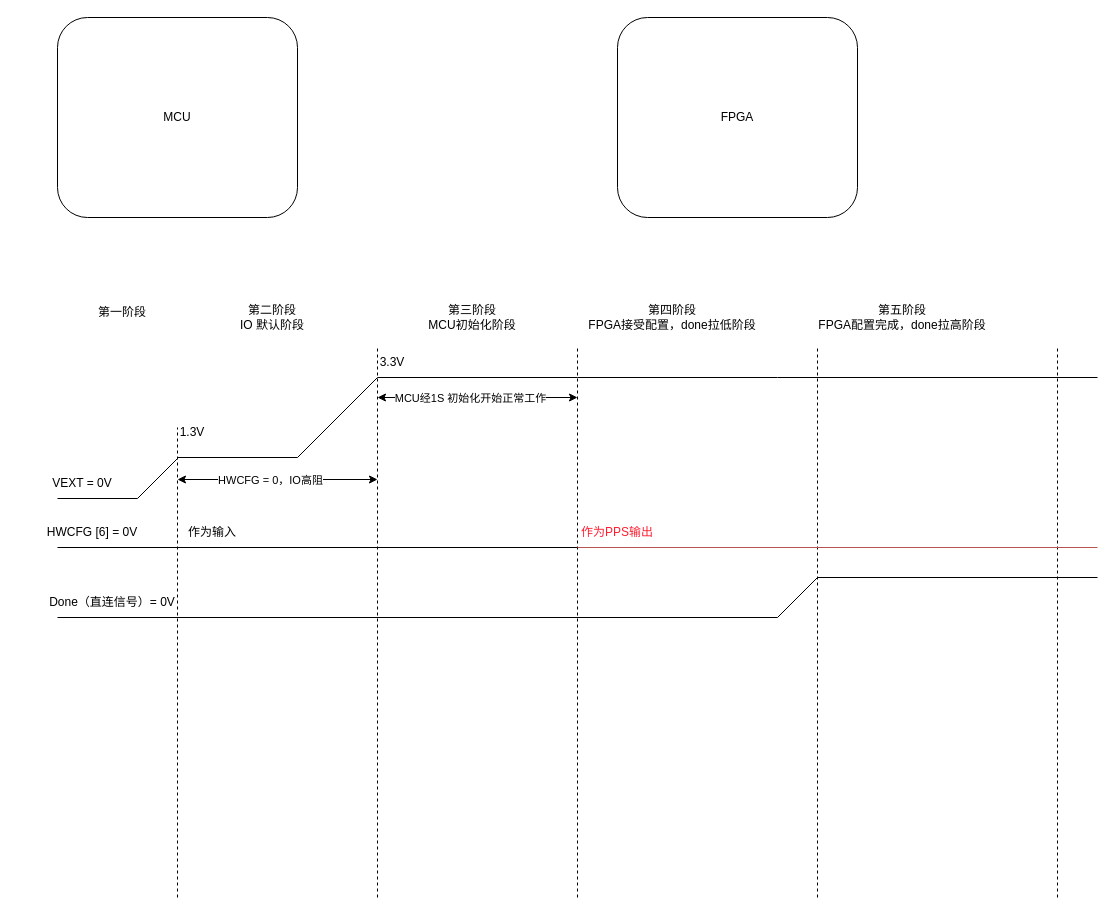
Above: A11-IO系统测试.drawio in shenwangchong/learngit (draw.io), before the change. Source tidied: cells renumbered, new cells numbered last; positions are measured from the earlier drawing's top-left corner, leaving out a move shared by most shapes. Both pictures are drawn from the tidied source at 100%, with x=0, y=0 at pixel (37, 17).
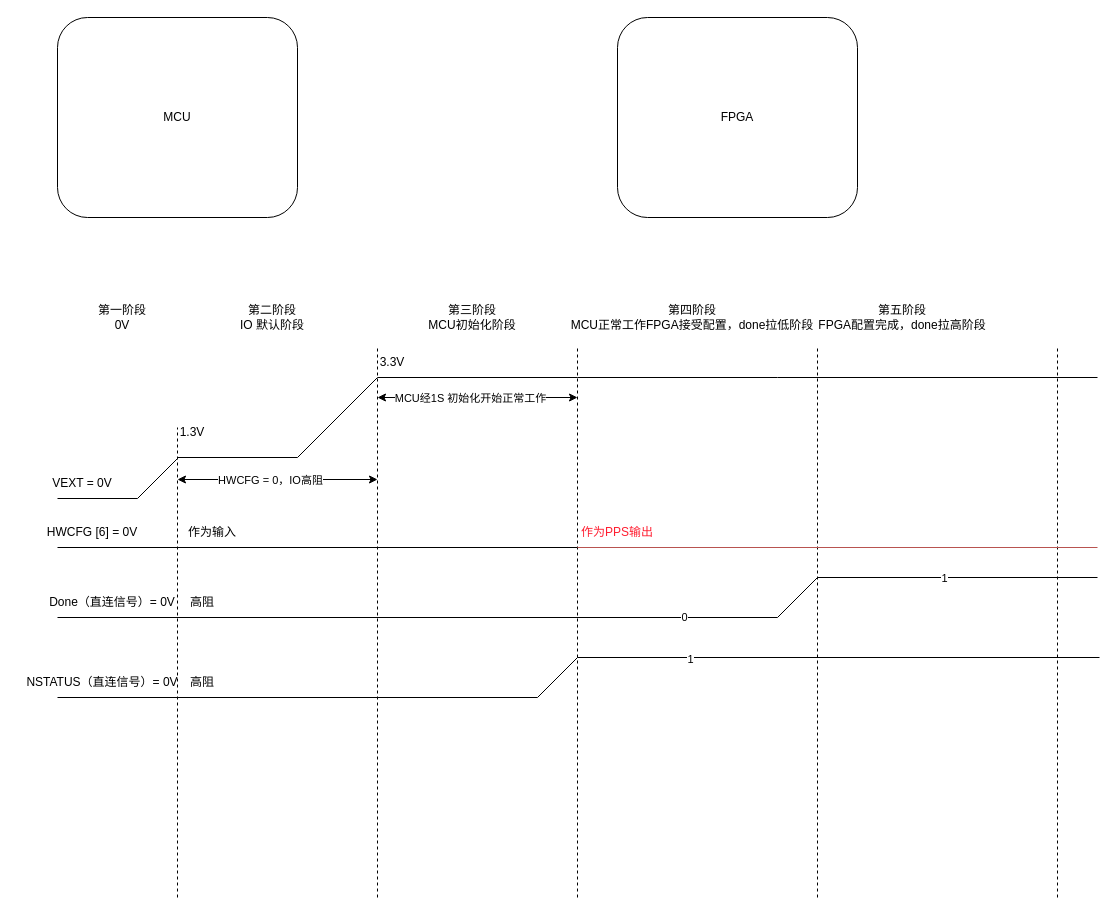
The same page after the edit.

Commit message:
更新A11-IO系统测试.drawio

Unchanged cells that the change refers to:
```xml
<mxCell id="16" style="endArrow=none;html=1;rounded=0;" parent="1" edge="1">
  <mxGeometry relative="1" as="geometry">
    <mxPoint x="20" y="600" as="sourcePoint" />
    <mxPoint x="740" y="600" as="targetPoint" />
  </mxGeometry>
</mxCell>
<mxCell id="36" style="endArrow=none;html=1;rounded=0;" parent="1" edge="1">
  <mxGeometry relative="1" as="geometry">
    <mxPoint x="780" y="560" as="sourcePoint" />
    <mxPoint x="1060" y="560" as="targetPoint" />
  </mxGeometry>
</mxCell>
```

Change to the diagram source:
```diff
@@
-    <mxCell id="10" value="第一阶段" style="text;html=1;whiteSpace=wrap;strokeColor=none;fillColor=none;align=center;verticalAlign=middle;rounded=0;" parent="1" vertex="1">
-      <mxGeometry x="50" y="280" width="70" height="30" as="geometry" />
+    <mxCell id="10" value="第一阶段&lt;div&gt;0V&lt;/div&gt;" style="text;html=1;whiteSpace=wrap;strokeColor=none;fillColor=none;align=center;verticalAlign=middle;rounded=0;" parent="1" vertex="1">
+      <mxGeometry x="50" y="280" width="70" height="40" as="geometry" />
     </mxCell>
@@
+    <mxCell id="37" value="0" style="edgeLabel;html=1;align=center;verticalAlign=middle;" parent="16" vertex="1">
+      <mxGeometry x="0.74" y="1" relative="1" as="geometry" />
+    </mxCell>
@@
-    <mxCell id="26" value="第四阶段&lt;div&gt;FPGA接受配置，done拉低阶段&lt;/div&gt;" style="text;html=1;whiteSpace=wrap;strokeColor=none;fillColor=none;align=center;verticalAlign=middle;rounded=0;" parent="1" vertex="1">
-      <mxGeometry x="540" y="280" width="190" height="40" as="geometry" />
+    <mxCell id="26" value="第四阶段&lt;div&gt;MCU正常工作FPGA接受配置，done拉低阶段&lt;/div&gt;" style="text;html=1;whiteSpace=wrap;strokeColor=none;fillColor=none;align=center;verticalAlign=middle;rounded=0;" parent="1" vertex="1">
+      <mxGeometry x="520" y="280" width="270" height="40" as="geometry" />
     </mxCell>
@@
+    <mxCell id="38" value="1" style="edgeLabel;html=1;align=center;verticalAlign=middle;" parent="36" vertex="1">
+      <mxGeometry x="-0.1" y="1" relative="1" as="geometry">
+        <mxPoint y="1" as="offset" />
+      </mxGeometry>
+    </mxCell>
+    <mxCell id="39" value="高阻" style="text;html=1;whiteSpace=wrap;strokeColor=none;fillColor=none;align=center;verticalAlign=middle;rounded=0;" parent="1" vertex="1">
+      <mxGeometry x="140" y="570" width="50" height="30" as="geometry" />
+    </mxCell>
+    <mxCell id="40" style="endArrow=none;html=1;rounded=0;" parent="1" edge="1">
+      <mxGeometry relative="1" as="geometry">
+        <mxPoint x="540" y="640" as="sourcePoint" />
+        <mxPoint x="1062" y="640" as="targetPoint" />
+      </mxGeometry>
+    </mxCell>
+    <mxCell id="41" value="1" style="edgeLabel;html=1;align=center;verticalAlign=middle;" parent="40" vertex="1">
+      <mxGeometry x="-0.57" y="-1" relative="1" as="geometry" />
+    </mxCell>
+    <mxCell id="42" style="endArrow=none;html=1;rounded=0;" parent="1" edge="1">
+      <mxGeometry relative="1" as="geometry">
+        <mxPoint x="500" y="680" as="sourcePoint" />
+        <mxPoint x="540" y="640" as="targetPoint" />
+      </mxGeometry>
+    </mxCell>
+    <mxCell id="43" style="endArrow=none;html=1;rounded=0;" parent="1" edge="1">
+      <mxGeometry relative="1" as="geometry">
+        <mxPoint x="20" y="680" as="sourcePoint" />
+        <mxPoint x="500" y="680" as="targetPoint" />
+      </mxGeometry>
+    </mxCell>
+    <mxCell id="44" value="NSTATUS（直连信号）= 0V" style="text;html=1;whiteSpace=wrap;strokeColor=none;fillColor=none;align=center;verticalAlign=middle;rounded=0;" parent="1" vertex="1">
+      <mxGeometry x="-20" y="650" width="170" height="30" as="geometry" />
+    </mxCell>
+    <mxCell id="45" value="高阻" style="text;html=1;whiteSpace=wrap;strokeColor=none;fillColor=none;align=center;verticalAlign=middle;rounded=0;" parent="1" vertex="1">
+      <mxGeometry x="140" y="650" width="50" height="30" as="geometry" />
+    </mxCell>
```
